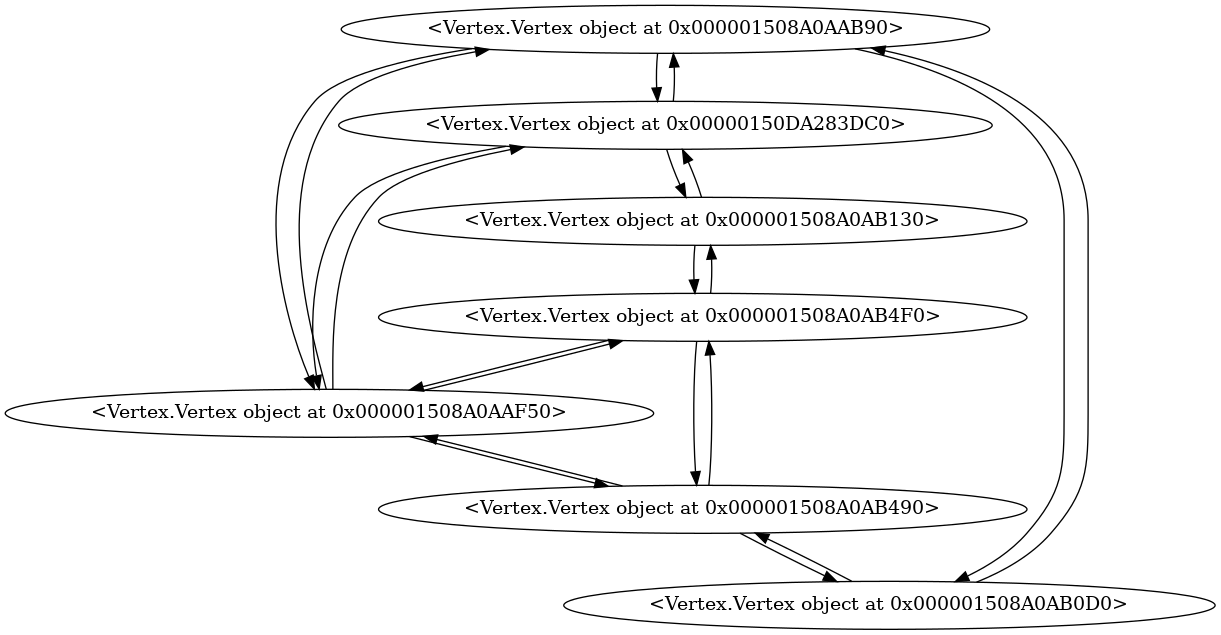
Above: graph.png in raigeki49/BSP6-Graph-Image-Recognition (Graphviz), before the change. Its source is kept beside it as graph.dot.
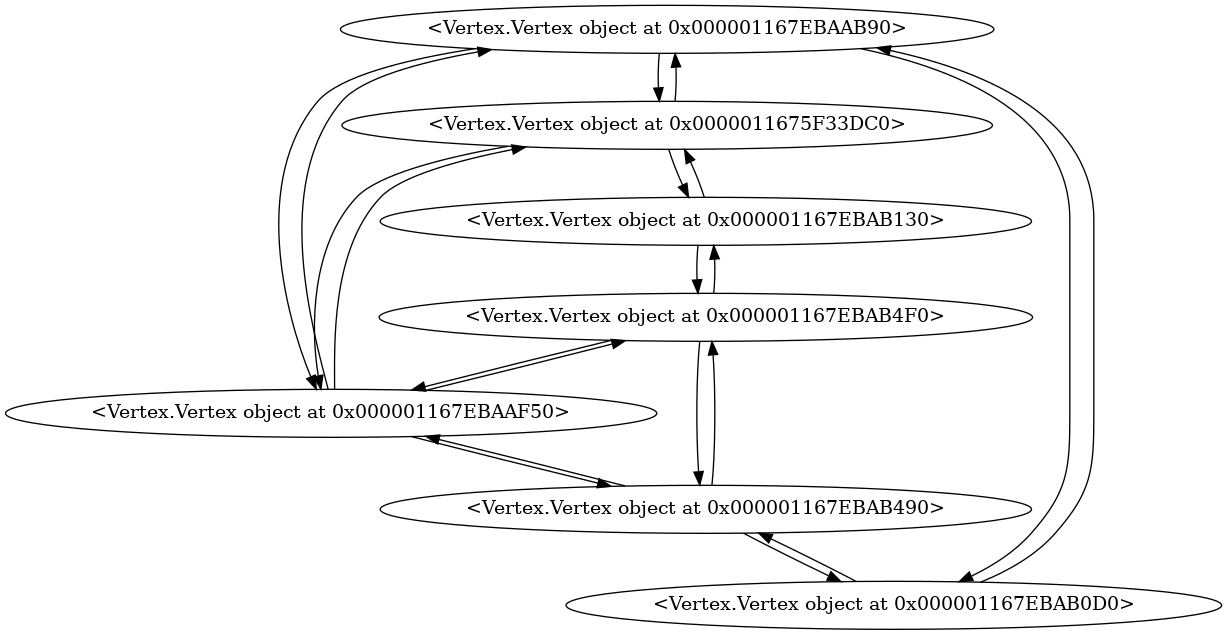
The same diagram one commit later.

Diff of the diagram source:
```diff
@@ -1,22 +1,22 @@
     digraph {
-    "<Vertex.Vertex object at 0x000001508A0AAB90>" -> "<Vertex.Vertex object at 0x00000150DA283DC0>"
-"<Vertex.Vertex object at 0x00000150DA283DC0>" -> "<Vertex.Vertex object at 0x000001508A0AAF50>"
-"<Vertex.Vertex object at 0x000001508A0AB130>" -> "<Vertex.Vertex object at 0x00000150DA283DC0>"
-"<Vertex.Vertex object at 0x000001508A0AAB90>" -> "<Vertex.Vertex object at 0x000001508A0AB0D0>"
-"<Vertex.Vertex object at 0x000001508A0AAB90>" -> "<Vertex.Vertex object at 0x000001508A0AAF50>"
-"<Vertex.Vertex object at 0x000001508A0AAF50>" -> "<Vertex.Vertex object at 0x000001508A0AB4F0>"
-"<Vertex.Vertex object at 0x000001508A0AB490>" -> "<Vertex.Vertex object at 0x000001508A0AAF50>"
-"<Vertex.Vertex object at 0x000001508A0AB490>" -> "<Vertex.Vertex object at 0x000001508A0AB0D0>"
-"<Vertex.Vertex object at 0x000001508A0AB130>" -> "<Vertex.Vertex object at 0x000001508A0AB4F0>"
-"<Vertex.Vertex object at 0x000001508A0AB490>" -> "<Vertex.Vertex object at 0x000001508A0AB4F0>""<Vertex.Vertex object at 0x00000150DA283DC0>" -> "<Vertex.Vertex object at 0x000001508A0AAB90>"
-"<Vertex.Vertex object at 0x000001508A0AAF50>" -> "<Vertex.Vertex object at 0x00000150DA283DC0>"
-"<Vertex.Vertex object at 0x00000150DA283DC0>" -> "<Vertex.Vertex object at 0x000001508A0AB130>"
-"<Vertex.Vertex object at 0x000001508A0AB0D0>" -> "<Vertex.Vertex object at 0x000001508A0AAB90>"
-"<Vertex.Vertex object at 0x000001508A0AAF50>" -> "<Vertex.Vertex object at 0x000001508A0AAB90>"
-"<Vertex.Vertex object at 0x000001508A0AB4F0>" -> "<Vertex.Vertex object at 0x000001508A0AAF50>"
-"<Vertex.Vertex object at 0x000001508A0AAF50>" -> "<Vertex.Vertex object at 0x000001508A0AB490>"
-"<Vertex.Vertex object at 0x000001508A0AB0D0>" -> "<Vertex.Vertex object at 0x000001508A0AB490>"
-"<Vertex.Vertex object at 0x000001508A0AB4F0>" -> "<Vertex.Vertex object at 0x000001508A0AB130>"
-"<Vertex.Vertex object at 0x000001508A0AB4F0>" -> "<Vertex.Vertex object at 0x000001508A0AB490>"
+    "<Vertex.Vertex object at 0x000001167EBAAB90>" -> "<Vertex.Vertex object at 0x0000011675F33DC0>"
+"<Vertex.Vertex object at 0x0000011675F33DC0>" -> "<Vertex.Vertex object at 0x000001167EBAAF50>"
+"<Vertex.Vertex object at 0x000001167EBAB130>" -> "<Vertex.Vertex object at 0x0000011675F33DC0>"
+"<Vertex.Vertex object at 0x000001167EBAAB90>" -> "<Vertex.Vertex object at 0x000001167EBAB0D0>"
+"<Vertex.Vertex object at 0x000001167EBAAB90>" -> "<Vertex.Vertex object at 0x000001167EBAAF50>"
+"<Vertex.Vertex object at 0x000001167EBAAF50>" -> "<Vertex.Vertex object at 0x000001167EBAB4F0>"
+"<Vertex.Vertex object at 0x000001167EBAB490>" -> "<Vertex.Vertex object at 0x000001167EBAAF50>"
+"<Vertex.Vertex object at 0x000001167EBAB490>" -> "<Vertex.Vertex object at 0x000001167EBAB0D0>"
+"<Vertex.Vertex object at 0x000001167EBAB130>" -> "<Vertex.Vertex object at 0x000001167EBAB4F0>"
+"<Vertex.Vertex object at 0x000001167EBAB490>" -> "<Vertex.Vertex object at 0x000001167EBAB4F0>""<Vertex.Vertex object at 0x0000011675F33DC0>" -> "<Vertex.Vertex object at 0x000001167EBAAB90>"
+"<Vertex.Vertex object at 0x000001167EBAAF50>" -> "<Vertex.Vertex object at 0x0000011675F33DC0>"
+"<Vertex.Vertex object at 0x0000011675F33DC0>" -> "<Vertex.Vertex object at 0x000001167EBAB130>"
+"<Vertex.Vertex object at 0x000001167EBAB0D0>" -> "<Vertex.Vertex object at 0x000001167EBAAB90>"
+"<Vertex.Vertex object at 0x000001167EBAAF50>" -> "<Vertex.Vertex object at 0x000001167EBAAB90>"
+"<Vertex.Vertex object at 0x000001167EBAB4F0>" -> "<Vertex.Vertex object at 0x000001167EBAAF50>"
+"<Vertex.Vertex object at 0x000001167EBAAF50>" -> "<Vertex.Vertex object at 0x000001167EBAB490>"
+"<Vertex.Vertex object at 0x000001167EBAB0D0>" -> "<Vertex.Vertex object at 0x000001167EBAB490>"
+"<Vertex.Vertex object at 0x000001167EBAB4F0>" -> "<Vertex.Vertex object at 0x000001167EBAB130>"
+"<Vertex.Vertex object at 0x000001167EBAB4F0>" -> "<Vertex.Vertex object at 0x000001167EBAB490>"
     }
 
```
